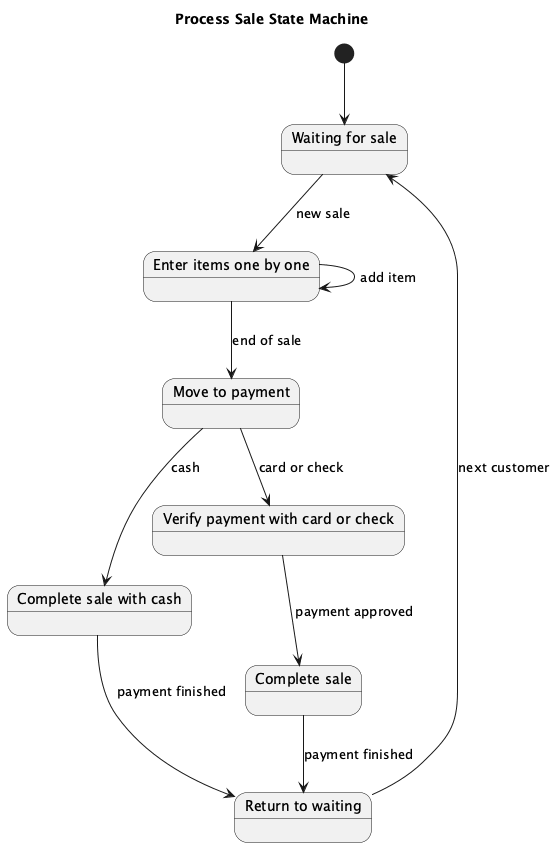
Above: results/plantuml_pipeline/ensemble_stacked_llm/runs/ensemble__all_methods__candidate_pool__stacked_llm/case_51_process_sale/ensemble.png in maimunafaria/State_transition_Diagram_generated_by_LLM (PlantUML), before the change.
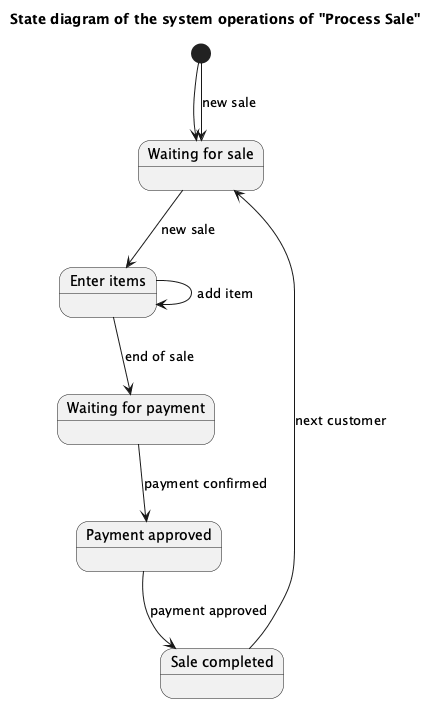
The same file after the commit.

Diff of the diagram source:
```diff
@@ -1,24 +1,20 @@
 @startuml
-title Process Sale State Machine
+title State diagram of the system operations of "Process Sale"
 
 [*] --> WaitingForSale
 
 state "Waiting for sale" as WaitingForSale
-state "Enter items one by one" as EnterItems
-state "Move to payment" as Payment
-state "Complete sale with cash" as CompleteCash
-state "Verify payment with card or check" as VerifyPayment
-state "Complete sale" as CompleteSale
-state "Return to waiting" as ReturnWait
+state "Enter items" as EnterItems
+state "Waiting for payment" as WaitingPayment
+state "Payment approved" as PaymentApproved
+state "Sale completed" as SaleCompleted
 
+[*] --> WaitingForSale : new sale
 WaitingForSale --> EnterItems : new sale
 EnterItems --> EnterItems : add item
-EnterItems --> Payment : end of sale
-Payment --> CompleteCash : cash
-Payment --> VerifyPayment : card or check
-VerifyPayment --> CompleteSale : payment approved
-CompleteSale --> ReturnWait : payment finished
-CompleteCash --> ReturnWait : payment finished
-ReturnWait --> WaitingForSale : next customer
+EnterItems --> WaitingPayment : end of sale
+WaitingPayment --> PaymentApproved : payment confirmed
+PaymentApproved --> SaleCompleted : payment approved
+SaleCompleted --> WaitingForSale : next customer
 
 @enduml
```
